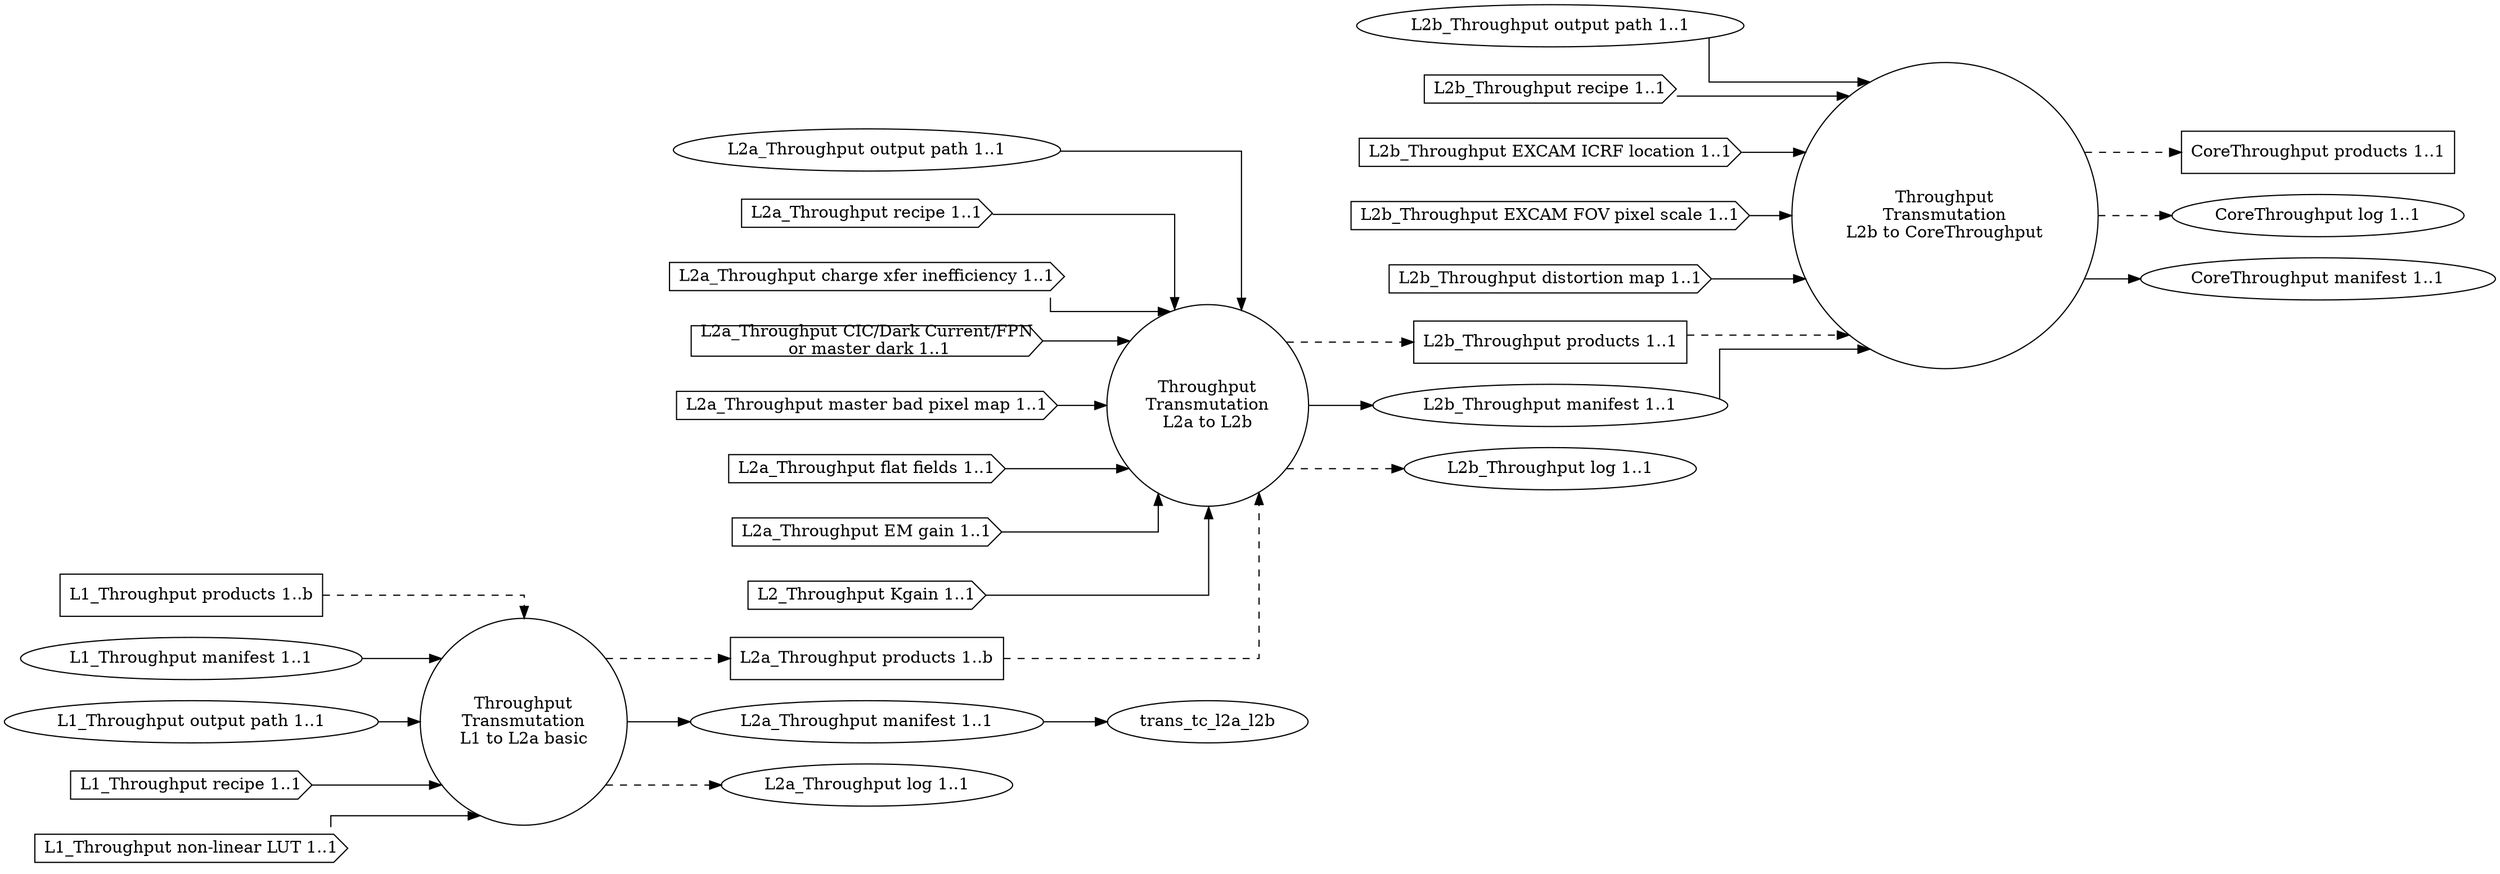
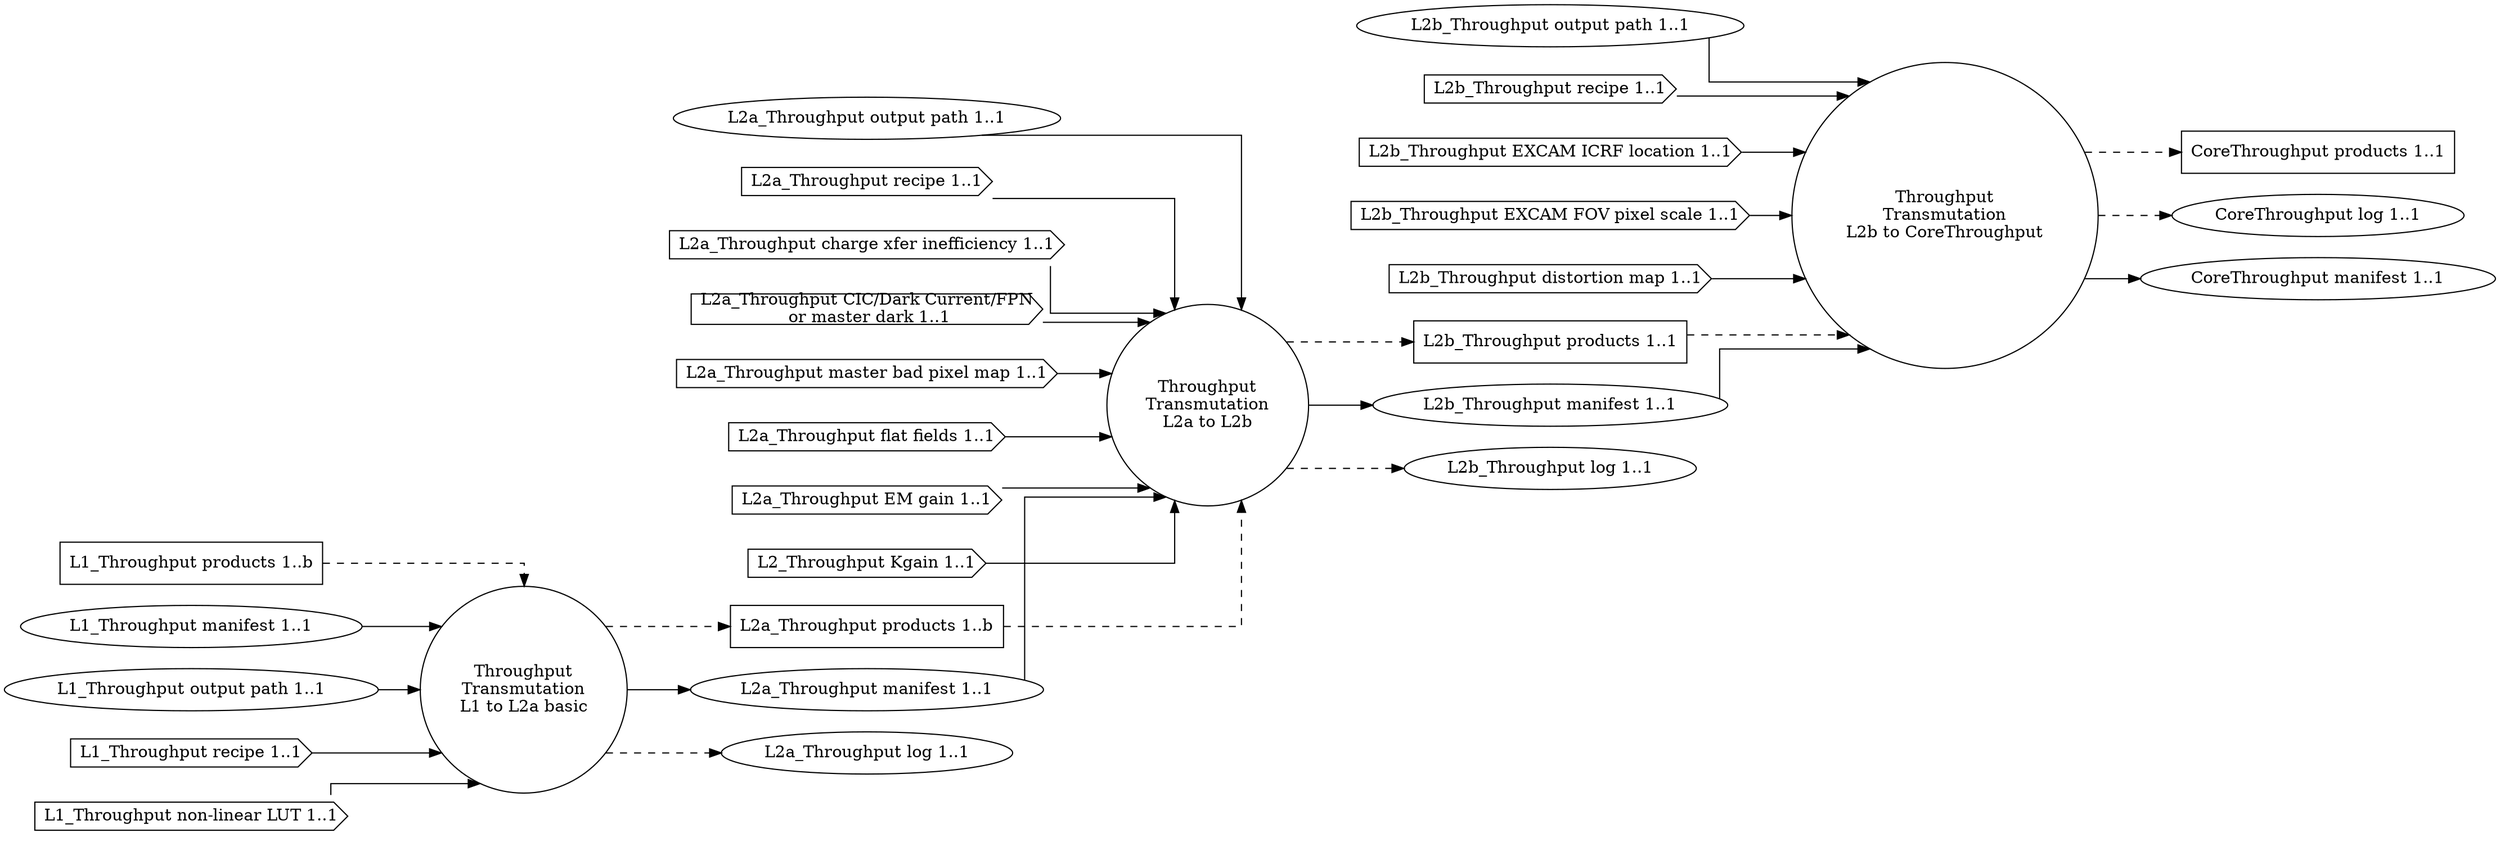
digraph Throughput
{
  graph [splines="ortho", rankdir=LR];

  trans_tp_l1_l2a_basic [label="Throughput\nTransmutation\nL1 to L2a basic", shape="circle"];
  trans_tp_l2a_l2b [label="Throughput\nTransmutation\nL2a to L2b", shape="circle"];
  trans_tp_l2b_ctp [label="Throughput\nTransmutation\nL2b to CoreThroughput", shape="circle"];

  l1_tp_prod [label="L1_Throughput products 1..b", shape="rectangle"];
  l1_tp_man [label="L1_Throughput manifest 1..1", shape="ellipse"];
  l1_tp_odir [label="L1_Throughput output path 1..1", shape="ellipse"];
  l1_tp_rec [label="L1_Throughput recipe 1..1", shape="cds"];
  l1_tp_nllut [label="L1_Throughput non-linear LUT 1..1", shape="cds"];

  l2a_tp_prod [label="L2a_Throughput products 1..b", shape="rectangle"];
  l2a_tp_man [label="L2a_Throughput manifest 1..1", shape="ellipse"];
  l2a_tp_odir [label="L2a_Throughput output path 1..1", shape="ellipse"];
  l2a_tp_rec [label="L2a_Throughput recipe 1..1", shape="cds"];
  l2a_tp_cti [label="L2a_Throughput charge xfer inefficiency 1..1", shape="cds"];
  l2a_tp_dnb [label="L2a_Throughput CIC/Dark Current/FPN\n or master dark 1..1", shape="cds"];
  l2a_tp_mbpm [label="L2a_Throughput master bad pixel map 1..1", shape="cds"];
  l2a_tp_ff [label="L2a_Throughput flat fields 1..1", shape="cds"];
  l2a_tp_emg [label="L2a_Throughput EM gain 1..1", shape="cds"];
  l2a_tp_kgain [label="L2_Throughput Kgain 1..1", shape="cds"];
  l2a_tp_log [label="L2a_Throughput log 1..1", shape="ellipse"];

  l2b_tp_prod [label="L2b_Throughput products 1..1", shape="rectangle"];
  l2b_tp_man [label="L2b_Throughput manifest 1..1", shape="ellipse"];
  l2b_tp_odir [label="L2b_Throughput output path 1..1", shape="ellipse"];
  l2b_tp_rec [label="L2b_Throughput recipe 1..1", shape="cds"];
  l2b_tp_excicrf [label="L2b_Throughput EXCAM ICRF location 1..1", shape="cds"];
  l2b_tp_excfovps [label="L2b_Throughput EXCAM FOV pixel scale 1..1", shape="cds"];
  l2b_tp_distm [label="L2b_Throughput distortion map 1..1", shape="cds"];
  l2b_tp_log [label="L2b_Throughput log 1..1", shape="ellipse"];

  ctp_prod [label="CoreThroughput products 1..1", shape="rectangle"];
  ctp_log [label="CoreThroughput log 1..1", shape="ellipse"];
  ctp_man [label="CoreThroughput manifest 1..1", shape="ellipse"];

  l1_tp_prod -> trans_tp_l1_l2a_basic [style="dashed"];
  l1_tp_man -> trans_tp_l1_l2a_basic;
  l1_tp_odir -> trans_tp_l1_l2a_basic;
  l1_tp_rec -> trans_tp_l1_l2a_basic;
  l1_tp_nllut -> trans_tp_l1_l2a_basic;

  trans_tp_l1_l2a_basic -> l2a_tp_prod [style="dashed"];
  trans_tp_l1_l2a_basic -> l2a_tp_man;
  trans_tp_l1_l2a_basic -> l2a_tp_log [style="dashed"];

  l2a_tp_prod -> trans_tp_l2a_l2b [style="dashed"];
  l2a_tp_kgain -> trans_tp_l2a_l2b;
  l2a_tp_odir -> trans_tp_l2a_l2b;
  l2a_tp_rec -> trans_tp_l2a_l2b;
  l2a_tp_cti -> trans_tp_l2a_l2b;
  l2a_tp_dnb -> trans_tp_l2a_l2b;
  l2a_tp_mbpm -> trans_tp_l2a_l2b;
  l2a_tp_ff -> trans_tp_l2a_l2b;
  l2a_tp_emg -> trans_tp_l2a_l2b;
-   l2a_tp_man -> trans_tc_l2a_l2b;
+   l2a_tp_man -> trans_tp_l2a_l2b;

  trans_tp_l2a_l2b -> l2b_tp_prod [style="dashed"];
  trans_tp_l2a_l2b -> l2b_tp_log [style="dashed"];
  trans_tp_l2a_l2b -> l2b_tp_man;

  l2b_tp_prod -> trans_tp_l2b_ctp [style="dashed"];
  l2b_tp_man -> trans_tp_l2b_ctp;
  l2b_tp_odir -> trans_tp_l2b_ctp;
  l2b_tp_rec -> trans_tp_l2b_ctp;
  l2b_tp_excicrf -> trans_tp_l2b_ctp;
  l2b_tp_excfovps -> trans_tp_l2b_ctp;
  l2b_tp_distm -> trans_tp_l2b_ctp;
  trans_tp_l2b_ctp -> ctp_prod [style="dashed"];
  trans_tp_l2b_ctp -> ctp_log [style="dashed"];
  trans_tp_l2b_ctp -> ctp_man;
}
